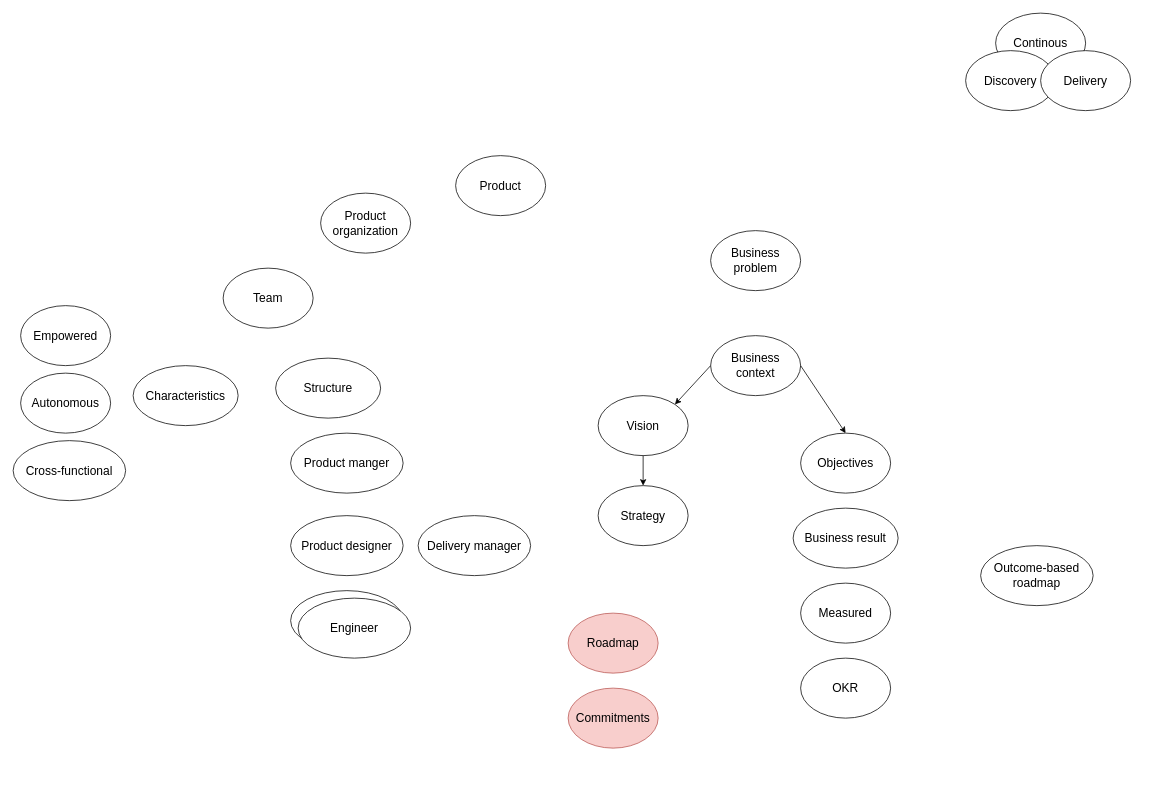
The draw.io diagram product-management-mindmap.drawio in pirkkahuhtala/product-management, before the edit. Source tidied: cells renumbered, new cells numbered last; positions are measured from the earlier drawing's top-left corner, leaving out a move shared by most shapes. Both pictures are drawn from the tidied source at 75%, with x=0, y=0 at pixel (13, 13).
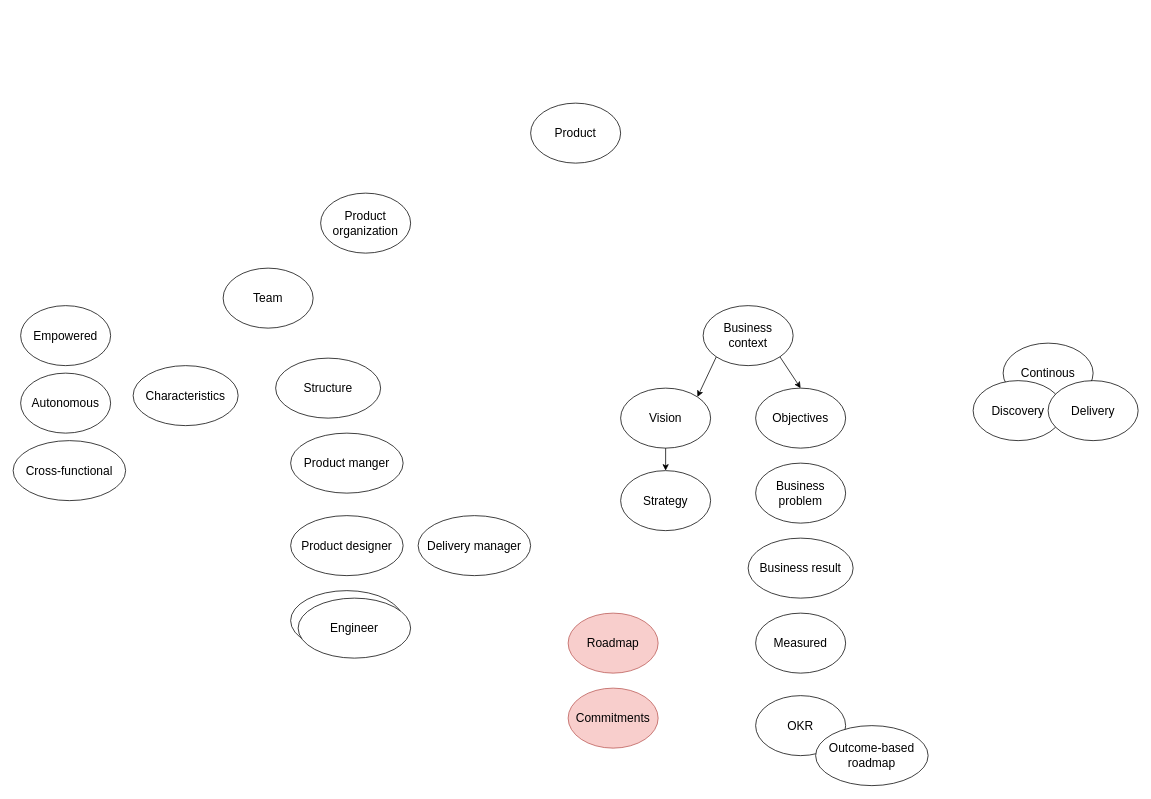
The same diagram, later.

What changed in the source:
```diff
@@
     <mxCell id="2" value="&lt;font style=&quot;font-size: 16px&quot;&gt;Continous&lt;/font&gt;" style="ellipse;whiteSpace=wrap;html=1;" parent="1" vertex="1">
-      <mxGeometry x="1310" width="120" height="80" as="geometry" />
+      <mxGeometry x="1320" y="440" width="120" height="80" as="geometry" />
     </mxCell>
     <mxCell id="3" value="&lt;font style=&quot;font-size: 16px&quot;&gt;Product&lt;/font&gt;" style="ellipse;whiteSpace=wrap;html=1;" parent="1" vertex="1">
-      <mxGeometry x="590" y="190" width="120" height="80" as="geometry" />
+      <mxGeometry x="690" y="120" width="120" height="80" as="geometry" />
     </mxCell>
@@
     <mxCell id="5" value="&lt;font style=&quot;font-size: 16px&quot;&gt;Discovery&lt;/font&gt;" style="ellipse;whiteSpace=wrap;html=1;" parent="1" vertex="1">
-      <mxGeometry x="1270" y="50" width="120" height="80" as="geometry" />
+      <mxGeometry x="1280" y="490" width="120" height="80" as="geometry" />
     </mxCell>
     <mxCell id="6" value="&lt;font style=&quot;font-size: 16px&quot;&gt;Delivery&lt;/font&gt;" style="ellipse;whiteSpace=wrap;html=1;" parent="1" vertex="1">
-      <mxGeometry x="1370" y="50" width="120" height="80" as="geometry" />
+      <mxGeometry x="1380" y="490" width="120" height="80" as="geometry" />
     </mxCell>
     <mxCell id="7" value="&lt;font style=&quot;font-size: 16px&quot;&gt;Vision&lt;br&gt;&lt;/font&gt;" style="ellipse;whiteSpace=wrap;html=1;" parent="1" vertex="1">
-      <mxGeometry x="780" y="510" width="120" height="80" as="geometry" />
+      <mxGeometry x="810" y="500" width="120" height="80" as="geometry" />
     </mxCell>
     <mxCell id="8" value="&lt;font style=&quot;font-size: 16px&quot;&gt;Strategy&lt;br&gt;&lt;/font&gt;" style="ellipse;whiteSpace=wrap;html=1;" parent="1" vertex="1">
-      <mxGeometry x="780" y="630" width="120" height="80" as="geometry" />
+      <mxGeometry x="810" y="610" width="120" height="80" as="geometry" />
     </mxCell>
@@
     <mxCell id="10" value="&lt;font style=&quot;font-size: 16px&quot;&gt;Business context&lt;br&gt;&lt;/font&gt;" style="ellipse;whiteSpace=wrap;html=1;" parent="1" vertex="1">
-      <mxGeometry x="930" y="430" width="120" height="80" as="geometry" />
+      <mxGeometry x="920" y="390" width="120" height="80" as="geometry" />
     </mxCell>
     <mxCell id="11" value="&lt;font style=&quot;font-size: 16px&quot;&gt;Objectives&lt;br&gt;&lt;/font&gt;" style="ellipse;whiteSpace=wrap;html=1;" parent="1" vertex="1">
-      <mxGeometry x="1050" y="560" width="120" height="80" as="geometry" />
+      <mxGeometry x="990" y="500" width="120" height="80" as="geometry" />
     </mxCell>
-    <mxCell id="12" style="endArrow=classic;html=1;exitX=0;exitY=0.5;exitDx=0;exitDy=0;entryX=1;entryY=0;entryDx=0;entryDy=0;" parent="1" edge="1" source="10" target="7">
+    <mxCell id="12" style="endArrow=classic;html=1;exitX=0;exitY=1;exitDx=0;exitDy=0;entryX=1;entryY=0;entryDx=0;entryDy=0;" parent="1" edge="1" source="10" target="7">
       <mxGeometry relative="1" as="geometry" />
     </mxCell>
@@
-    <mxCell id="14" style="endArrow=classic;html=1;entryX=0.5;entryY=0;entryDx=0;entryDy=0;exitX=1;exitY=0.5;exitDx=0;exitDy=0;" parent="1" edge="1" source="10" target="11">
+    <mxCell id="14" style="endArrow=classic;html=1;entryX=0.5;entryY=0;entryDx=0;entryDy=0;exitX=1;exitY=1;exitDx=0;exitDy=0;" parent="1" edge="1" source="10" target="11">
       <mxGeometry relative="1" as="geometry" />
     </mxCell>
     <mxCell id="15" value="&lt;span style=&quot;font-size: 16px&quot;&gt;Business problem&lt;/span&gt;" style="ellipse;whiteSpace=wrap;html=1;" parent="1" vertex="1">
-      <mxGeometry x="930" y="290" width="120" height="80" as="geometry" />
+      <mxGeometry x="990" y="600" width="120" height="80" as="geometry" />
     </mxCell>
     <mxCell id="16" value="&lt;font style=&quot;font-size: 16px&quot;&gt;OKR&lt;br&gt;&lt;/font&gt;" style="ellipse;whiteSpace=wrap;html=1;" parent="1" vertex="1">
-      <mxGeometry x="1050" y="860" width="120" height="80" as="geometry" />
+      <mxGeometry x="990" y="910" width="120" height="80" as="geometry" />
     </mxCell>
     <mxCell id="17" value="&lt;font style=&quot;font-size: 16px&quot;&gt;Outcome-based roadmap&lt;br&gt;&lt;/font&gt;" style="ellipse;whiteSpace=wrap;html=1;" parent="1" vertex="1">
-      <mxGeometry x="1290" y="710" width="150" height="80" as="geometry" />
+      <mxGeometry x="1070" y="950" width="150" height="80" as="geometry" />
     </mxCell>
@@
     <mxCell id="19" value="&lt;span style=&quot;font-size: 16px&quot;&gt;Business result&lt;/span&gt;" style="ellipse;whiteSpace=wrap;html=1;" parent="1" vertex="1">
-      <mxGeometry x="1040" y="660" width="140" height="80" as="geometry" />
+      <mxGeometry x="980" y="700" width="140" height="80" as="geometry" />
     </mxCell>
@@
     <mxCell id="21" value="&lt;font style=&quot;font-size: 16px&quot;&gt;Measured&lt;/font&gt;" style="ellipse;whiteSpace=wrap;html=1;" parent="1" vertex="1">
-      <mxGeometry x="1050" y="760" width="120" height="80" as="geometry" />
+      <mxGeometry x="990" y="800" width="120" height="80" as="geometry" />
     </mxCell>
```
